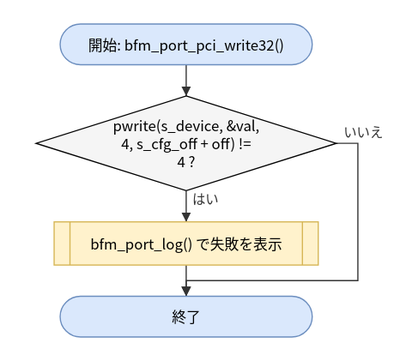
hf355051012-ai/bfmem keeps this draw.io diagram as doc/spec/images/flow_port_linux_vfio_port_linux-bfm_port_pci_write32.drawio.svg. Above is the earlier version. Source tidied: cells renumbered, new cells last; positions are measured from the earlier drawing's top-left corner, leaving out a move shared by most shapes. Source of this version:
```xml
<mxGraphModel>
  <root>
    <mxCell id="0" />
    <mxCell id="1" parent="0" />
    <mxCell id="2" value="開始: bfm_port_pci_write32()" style="rounded=1;arcSize=50;whiteSpace=wrap;html=1;fillColor=#dae8fc;strokeColor=#6c8ebf;" parent="1" vertex="1">
      <mxGeometry x="20" width="210" height="34" as="geometry" />
    </mxCell>
    <mxCell id="3" value="pwrite(s_device, &amp;amp;val,&lt;br&gt;4, s_cfg_off + off) !=&lt;br&gt;4 ?" style="rhombus;whiteSpace=wrap;html=1;fillColor=#f5f5f5;" parent="1" vertex="1">
      <mxGeometry y="60" width="250" height="79" as="geometry" />
    </mxCell>
    <mxCell id="4" value="bfm_port_log() で失敗を表示" style="shape=process;whiteSpace=wrap;html=1;backgroundOutline=1;size=0.06;fillColor=#fff2cc;strokeColor=#d6b656;" parent="1" vertex="1">
      <mxGeometry x="15" y="165" width="220" height="36" as="geometry" />
    </mxCell>
    <mxCell id="5" value="終了" style="rounded=1;arcSize=50;whiteSpace=wrap;html=1;fillColor=#dae8fc;strokeColor=#6c8ebf;" parent="1" vertex="1">
      <mxGeometry x="20" y="227" width="210" height="34" as="geometry" />
    </mxCell>
    <mxCell id="6" style="edgeStyle=none;html=1;rounded=0;endArrow=block;endFill=1;exitX=0.5000;exitY=1.0000;exitDx=0;exitDy=0;exitPerimeter=0;entryX=0.5000;entryY=0.0000;entryDx=0;entryDy=0;entryPerimeter=0;" parent="1" edge="1" source="2" target="3">
      <mxGeometry relative="1" as="geometry" />
    </mxCell>
    <mxCell id="7" value="はい" style="edgeStyle=none;html=1;rounded=0;endArrow=block;endFill=1;exitX=0.5000;exitY=1.0000;exitDx=0;exitDy=0;exitPerimeter=0;entryX=0.5000;entryY=0.0000;entryDx=0;entryDy=0;entryPerimeter=0;" parent="1" edge="1" source="3" target="4">
      <mxGeometry relative="1" as="geometry" />
    </mxCell>
    <mxCell id="8" style="edgeStyle=none;html=1;rounded=0;endArrow=block;endFill=1;exitX=0.5000;exitY=1.0000;exitDx=0;exitDy=0;exitPerimeter=0;entryX=0.5000;entryY=0.0000;entryDx=0;entryDy=0;entryPerimeter=0;" parent="1" edge="1" source="4" target="5">
      <mxGeometry relative="1" as="geometry" />
    </mxCell>
    <mxCell id="9" value="いいえ" style="edgeStyle=none;html=1;rounded=0;endArrow=block;endFill=1;exitX=1.0000;exitY=0.5000;exitDx=0;exitDy=0;exitPerimeter=0;entryX=0.5000;entryY=0.0000;entryDx=0;entryDy=0;entryPerimeter=0;" parent="1" edge="1" source="3" target="5">
      <mxGeometry relative="1" as="geometry">
        <Array as="points">
          <mxPoint x="268" y="99.5" />
          <mxPoint x="268" y="214" />
          <mxPoint x="125" y="214" />
        </Array>
      </mxGeometry>
    </mxCell>
  </root>
</mxGraphModel>
```
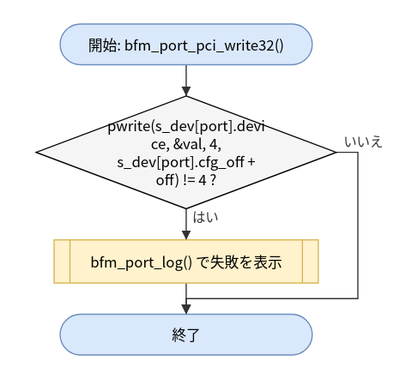
Above is the later version.

The edit, as a diff of the source:
```diff
@@ -5,14 +5,14 @@
     <mxCell id="2" value="開始: bfm_port_pci_write32()" style="rounded=1;arcSize=50;whiteSpace=wrap;html=1;fillColor=#dae8fc;strokeColor=#6c8ebf;" parent="1" vertex="1">
       <mxGeometry x="20" width="210" height="34" as="geometry" />
     </mxCell>
-    <mxCell id="3" value="pwrite(s_device, &amp;amp;val,&lt;br&gt;4, s_cfg_off + off) !=&lt;br&gt;4 ?" style="rhombus;whiteSpace=wrap;html=1;fillColor=#f5f5f5;" parent="1" vertex="1">
-      <mxGeometry y="60" width="250" height="79" as="geometry" />
+    <mxCell id="3" value="pwrite(s_dev[port].devi&lt;br&gt;ce, &amp;amp;val, 4,&lt;br&gt;s_dev[port].cfg_off +&lt;br&gt;off) != 4 ?" style="rhombus;whiteSpace=wrap;html=1;fillColor=#f5f5f5;" parent="1" vertex="1">
+      <mxGeometry y="60" width="250" height="94" as="geometry" />
     </mxCell>
     <mxCell id="4" value="bfm_port_log() で失敗を表示" style="shape=process;whiteSpace=wrap;html=1;backgroundOutline=1;size=0.06;fillColor=#fff2cc;strokeColor=#d6b656;" parent="1" vertex="1">
-      <mxGeometry x="15" y="165" width="220" height="36" as="geometry" />
+      <mxGeometry x="15" y="180" width="220" height="36" as="geometry" />
     </mxCell>
     <mxCell id="5" value="終了" style="rounded=1;arcSize=50;whiteSpace=wrap;html=1;fillColor=#dae8fc;strokeColor=#6c8ebf;" parent="1" vertex="1">
-      <mxGeometry x="20" y="227" width="210" height="34" as="geometry" />
+      <mxGeometry x="20" y="242" width="210" height="34" as="geometry" />
     </mxCell>
     <mxCell id="6" style="edgeStyle=none;html=1;rounded=0;endArrow=block;endFill=1;exitX=0.5000;exitY=1.0000;exitDx=0;exitDy=0;exitPerimeter=0;entryX=0.5000;entryY=0.0000;entryDx=0;entryDy=0;entryPerimeter=0;" parent="1" edge="1" source="2" target="3">
       <mxGeometry relative="1" as="geometry" />
@@ -26,9 +26,9 @@
     <mxCell id="9" value="いいえ" style="edgeStyle=none;html=1;rounded=0;endArrow=block;endFill=1;exitX=1.0000;exitY=0.5000;exitDx=0;exitDy=0;exitPerimeter=0;entryX=0.5000;entryY=0.0000;entryDx=0;entryDy=0;entryPerimeter=0;" parent="1" edge="1" source="3" target="5">
       <mxGeometry relative="1" as="geometry">
         <Array as="points">
-          <mxPoint x="268" y="99.5" />
-          <mxPoint x="268" y="214" />
-          <mxPoint x="125" y="214" />
+          <mxPoint x="268" y="107" />
+          <mxPoint x="268" y="229" />
+          <mxPoint x="125" y="229" />
         </Array>
       </mxGeometry>
     </mxCell>
```
